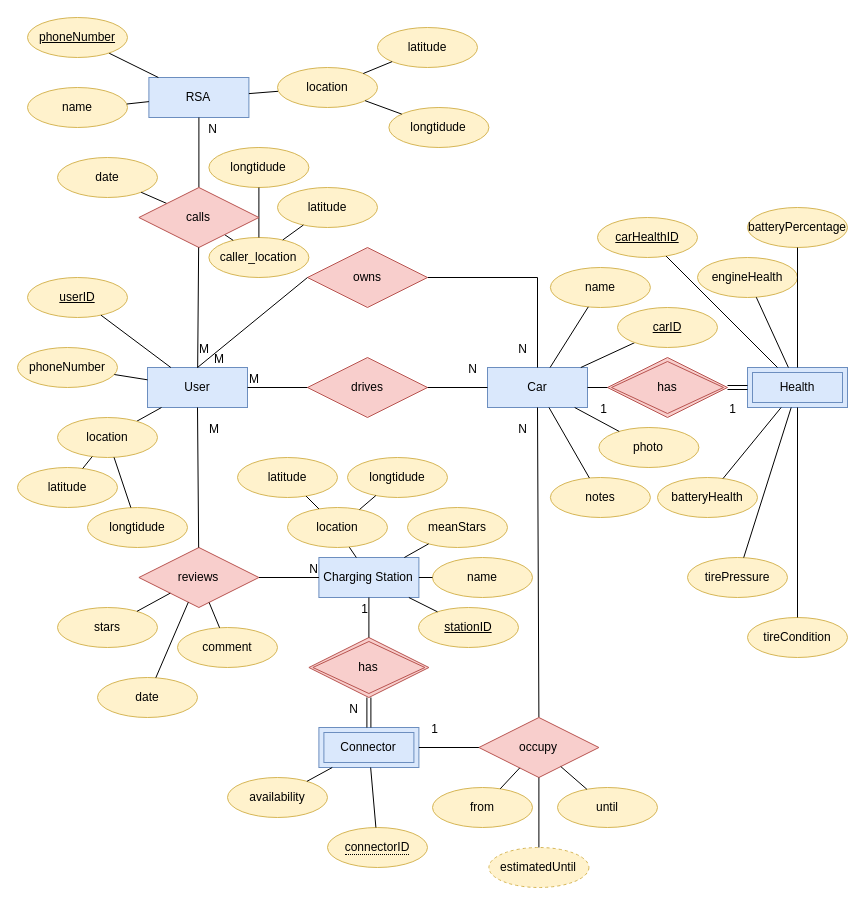
Above: EVPoint ERdiagram.drawio in johnkouk469/DatabasesCourse2021 (draw.io), before the change. Source tidied: cells renumbered, new cells numbered last; positions are measured from the earlier drawing's top-left corner, leaving out a move shared by most shapes. Both pictures are drawn from the tidied source at 100%, with x=0, y=0 at pixel (17, 17).
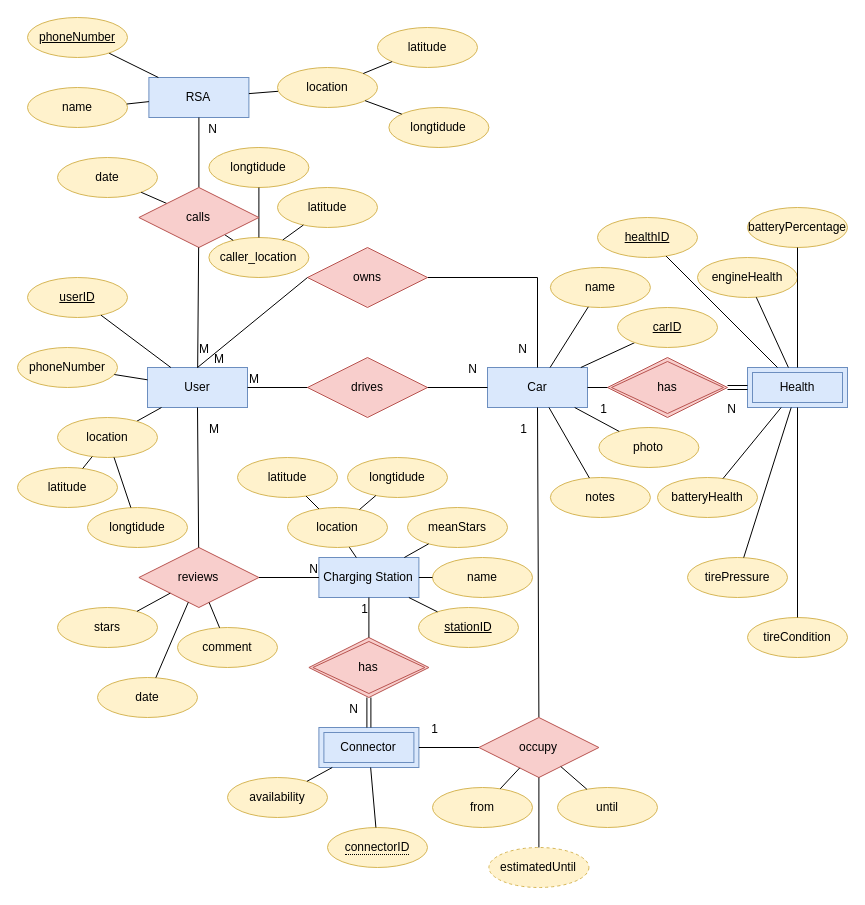
The same page after the edit.

Unchanged cells that the change refers to:
```xml
<mxCell id="19" style="endArrow=none;html=1;rounded=0;entryX=0.5;entryY=1;entryDx=0;entryDy=0;exitX=0.5;exitY=0;exitDx=0;exitDy=0;startArrow=none;" parent="1" edge="1" source="21" target="4">
  <mxGeometry relative="1" as="geometry" />
</mxCell>
<mxCell id="24" style="shape=link;html=1;rounded=0;" parent="1" edge="1" source="22" target="23">
  <mxGeometry relative="1" as="geometry" />
</mxCell>
```

The edit, as a diff of the source:
```diff
@@
-    <mxCell id="20" value="N" style="html=1;align=right;verticalAlign=bottom;" parent="19" vertex="1">
+    <mxCell id="20" value="1" style="html=1;align=right;verticalAlign=bottom;" parent="19" vertex="1">
       <mxGeometry x="1" relative="1" as="geometry">
         <mxPoint x="-10" y="30" as="offset" />
       </mxGeometry>
     </mxCell>
@@
-    <mxCell id="25" value="1" style="html=1;align=right;verticalAlign=bottom;" parent="24" vertex="1">
+    <mxCell id="25" value="N" style="html=1;align=right;verticalAlign=bottom;" parent="24" vertex="1">
       <mxGeometry x="1" relative="1" as="geometry">
         <mxPoint x="-11" y="30" as="offset" />
       </mxGeometry>
     </mxCell>
@@
-    <mxCell id="116" value="carHealthID" style="ellipse;whiteSpace=wrap;html=1;align=center;fontStyle=4;fillColor=#fff2cc;strokeColor=#d6b656;" parent="1" vertex="1">
+    <mxCell id="116" value="healthID" style="ellipse;whiteSpace=wrap;html=1;align=center;fontStyle=4;fillColor=#fff2cc;strokeColor=#d6b656;" parent="1" vertex="1">
       <mxGeometry x="580" y="200" width="100" height="40" as="geometry" />
     </mxCell>
```
